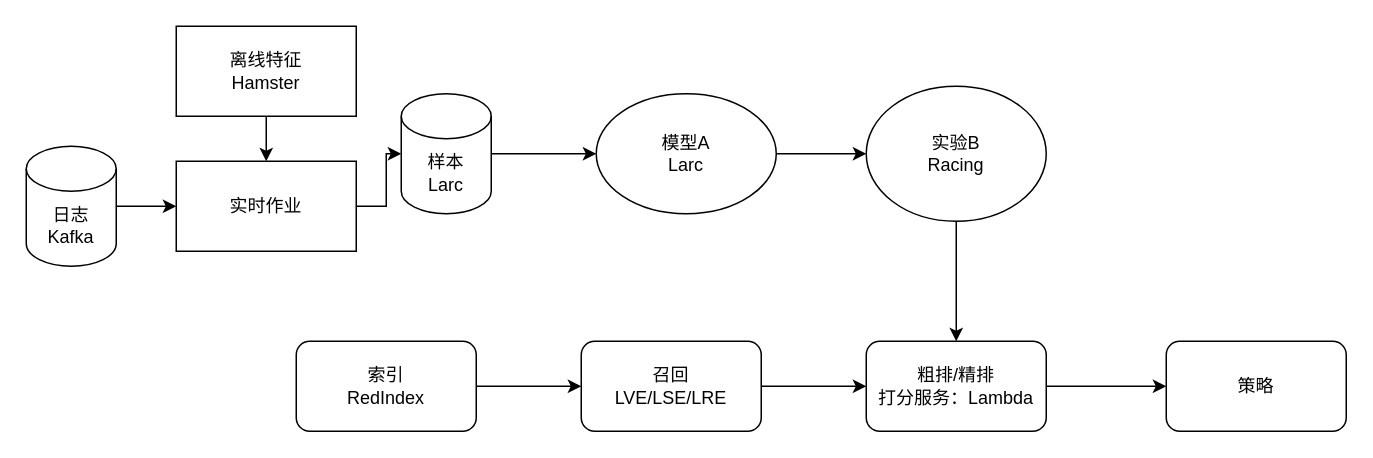
Above: gravitino audit.drawio in labud/pictures (draw.io), before the change. Source tidied: cells renumbered, new cells numbered last; positions are measured from the earlier drawing's top-left corner, leaving out a move shared by most shapes. Both pictures are drawn from the tidied source at 150%, with x=0, y=0 at pixel (26, 26).
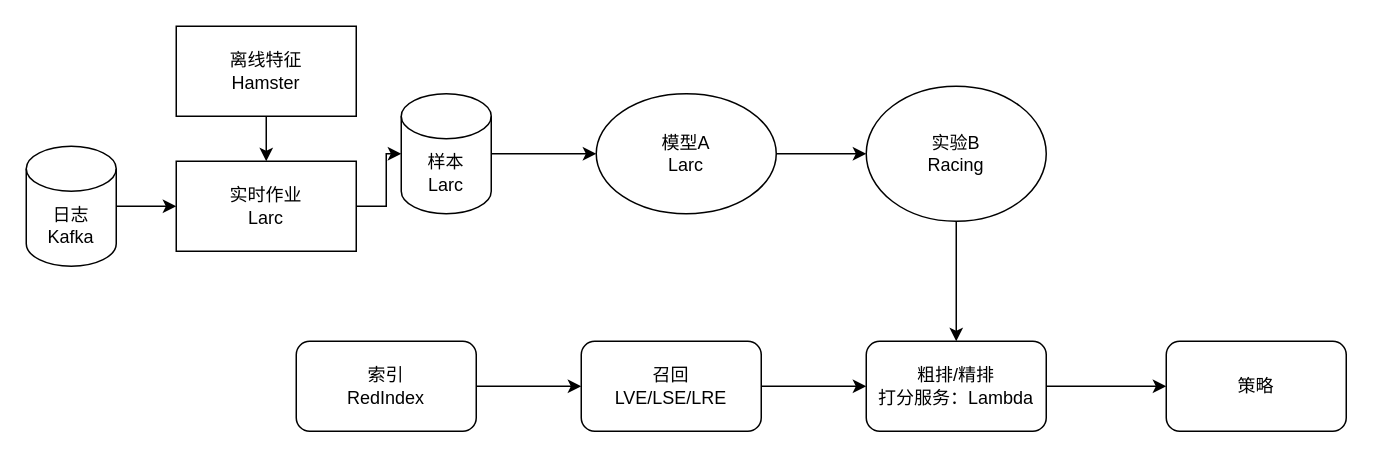
After the change.

The edit, as a diff of the source:
```diff
@@
-    <mxCell id="18" value="实时作业" style="rounded=0;whiteSpace=wrap;html=1;" parent="1" vertex="1">
+    <mxCell id="18" value="实时作业&lt;div&gt;Larc&lt;/div&gt;" style="rounded=0;whiteSpace=wrap;html=1;" parent="1" vertex="1">
       <mxGeometry x="100" y="90" width="120" height="60" as="geometry" />
     </mxCell>
```
